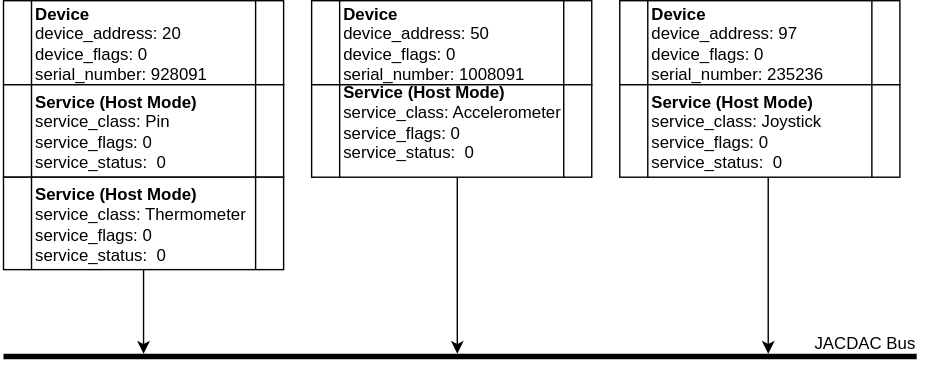
Earlier version of the draw.io export images/host.svg (sabas1080/jacdac). Source tidied: cells renumbered, new cells last; positions are measured from the earlier drawing's top-left corner, leaving out a move shared by most shapes.
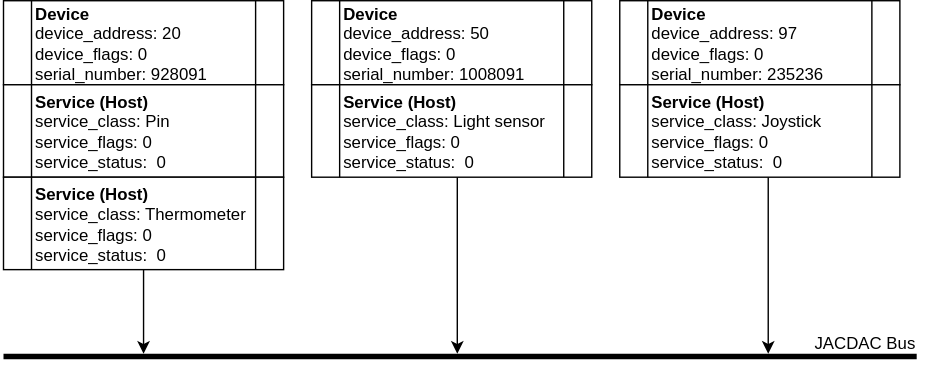
The same diagram one commit later.

Change to the diagram source:
```diff
@@ -16,7 +16,7 @@
     <mxCell id="5" value="&lt;span&gt;&lt;b&gt;Device&lt;/b&gt;&lt;br&gt;device_address: 20&lt;br&gt;&lt;/span&gt;device_flags: 0&lt;br&gt;&lt;span&gt;serial_number: 928091&lt;/span&gt;&lt;br&gt;" style="shape=process;whiteSpace=wrap;html=1;backgroundOutline=1;align=left;" parent="4" vertex="1">
       <mxGeometry width="200" height="60" as="geometry" />
     </mxCell>
-    <mxCell id="6" value="&lt;span&gt;&lt;b&gt;Service (Host Mode)&lt;/b&gt;&lt;br&gt;service_class: Pin&lt;/span&gt;&lt;br&gt;&lt;div style=&quot;text-align: justify&quot;&gt;&lt;span&gt;service_flags: 0&lt;/span&gt;&lt;/div&gt;&lt;div style=&quot;text-align: left&quot;&gt;&lt;span&gt;service_status:&amp;nbsp; 0&lt;/span&gt;&lt;/div&gt;" style="shape=process;whiteSpace=wrap;html=1;backgroundOutline=1;align=left;" parent="4" vertex="1">
+    <mxCell id="6" value="&lt;span&gt;&lt;b&gt;Service (Host)&lt;/b&gt;&lt;br&gt;service_class: Pin&lt;/span&gt;&lt;br&gt;&lt;div style=&quot;text-align: justify&quot;&gt;&lt;span&gt;service_flags: 0&lt;/span&gt;&lt;/div&gt;&lt;div style=&quot;text-align: left&quot;&gt;&lt;span&gt;service_status:&amp;nbsp; 0&lt;/span&gt;&lt;/div&gt;" style="shape=process;whiteSpace=wrap;html=1;backgroundOutline=1;align=left;" parent="4" vertex="1">
       <mxGeometry y="60" width="200" height="66" as="geometry" />
     </mxCell>
     <mxCell id="7" style="endArrow=classic;html=1;exitX=0.5;exitY=1;exitDx=0;exitDy=0;" parent="1" edge="1" target="2">
@@ -38,7 +38,7 @@
     <mxCell id="11" value="&lt;span&gt;&lt;b&gt;Device&lt;/b&gt;&lt;br&gt;device_address: 50&lt;br&gt;&lt;/span&gt;device_flags: 0&lt;br&gt;&lt;span&gt;serial_number: 1008091&lt;/span&gt;&lt;br&gt;" style="shape=process;whiteSpace=wrap;html=1;backgroundOutline=1;align=left;" parent="10" vertex="1">
       <mxGeometry width="200" height="60" as="geometry" />
     </mxCell>
-    <mxCell id="12" value="&lt;span&gt;&lt;b&gt;Service (Host Mode)&lt;/b&gt;&lt;br&gt;service_class: Accelerometer&lt;/span&gt;&lt;br&gt;&lt;div style=&quot;text-align: justify&quot;&gt;&lt;span&gt;service_flags: 0&lt;/span&gt;&lt;/div&gt;&lt;div style=&quot;text-align: left&quot;&gt;&lt;span&gt;service_status:&amp;nbsp; 0&lt;/span&gt;&lt;/div&gt;" style="shape=process;whiteSpace=wrap;html=1;backgroundOutline=1;align=left;" parent="10" vertex="1">
+    <mxCell id="12" value="&lt;span&gt;&lt;b&gt;Service (Host)&lt;/b&gt;&lt;br&gt;service_class: Light sensor&lt;/span&gt;&lt;br&gt;&lt;div style=&quot;text-align: justify&quot;&gt;&lt;span&gt;service_flags: 0&lt;/span&gt;&lt;/div&gt;&lt;div style=&quot;text-align: left&quot;&gt;&lt;span&gt;service_status:&amp;nbsp; 0&lt;/span&gt;&lt;/div&gt;" style="shape=process;whiteSpace=wrap;html=1;backgroundOutline=1;align=left;" parent="10" vertex="1">
       <mxGeometry y="60" width="200" height="66" as="geometry" />
     </mxCell>
     <mxCell id="13" style="group;" parent="1" vertex="1">
@@ -47,10 +47,10 @@
     <mxCell id="14" value="&lt;span&gt;&lt;b&gt;Device&lt;/b&gt;&lt;br&gt;device_address: 97&lt;br&gt;&lt;/span&gt;device_flags: 0&lt;br&gt;&lt;span&gt;serial_number: 235236&lt;/span&gt;&lt;br&gt;" style="shape=process;whiteSpace=wrap;html=1;backgroundOutline=1;align=left;" parent="13" vertex="1">
       <mxGeometry width="200" height="60" as="geometry" />
     </mxCell>
-    <mxCell id="15" value="&lt;span&gt;&lt;b&gt;Service (Host Mode)&lt;/b&gt;&lt;br&gt;service_class: Joystick&lt;/span&gt;&lt;br&gt;&lt;div style=&quot;text-align: justify&quot;&gt;&lt;span&gt;service_flags: 0&lt;/span&gt;&lt;/div&gt;&lt;div style=&quot;text-align: left&quot;&gt;&lt;span&gt;service_status:&amp;nbsp; 0&lt;/span&gt;&lt;/div&gt;" style="shape=process;whiteSpace=wrap;html=1;backgroundOutline=1;align=left;" parent="13" vertex="1">
+    <mxCell id="15" value="&lt;span&gt;&lt;b&gt;Service (Host)&lt;/b&gt;&lt;br&gt;service_class: Joystick&lt;/span&gt;&lt;br&gt;&lt;div style=&quot;text-align: justify&quot;&gt;&lt;span&gt;service_flags: 0&lt;/span&gt;&lt;/div&gt;&lt;div style=&quot;text-align: left&quot;&gt;&lt;span&gt;service_status:&amp;nbsp; 0&lt;/span&gt;&lt;/div&gt;" style="shape=process;whiteSpace=wrap;html=1;backgroundOutline=1;align=left;" parent="13" vertex="1">
       <mxGeometry y="60" width="200" height="66" as="geometry" />
     </mxCell>
-    <mxCell id="16" value="&lt;span&gt;&lt;b&gt;Service (Host Mode)&lt;/b&gt;&lt;br&gt;service_class: Thermometer&lt;/span&gt;&lt;br&gt;&lt;div style=&quot;text-align: justify&quot;&gt;&lt;span&gt;service_flags: 0&lt;/span&gt;&lt;/div&gt;&lt;div style=&quot;text-align: left&quot;&gt;&lt;span&gt;service_status:&amp;nbsp; 0&lt;/span&gt;&lt;/div&gt;" style="shape=process;whiteSpace=wrap;html=1;backgroundOutline=1;align=left;" parent="1" vertex="1">
+    <mxCell id="16" value="&lt;span&gt;&lt;b&gt;Service (Host)&lt;/b&gt;&lt;br&gt;service_class: Thermometer&lt;/span&gt;&lt;br&gt;&lt;div style=&quot;text-align: justify&quot;&gt;&lt;span&gt;service_flags: 0&lt;/span&gt;&lt;/div&gt;&lt;div style=&quot;text-align: left&quot;&gt;&lt;span&gt;service_status:&amp;nbsp; 0&lt;/span&gt;&lt;/div&gt;" style="shape=process;whiteSpace=wrap;html=1;backgroundOutline=1;align=left;" parent="1" vertex="1">
       <mxGeometry y="126" width="200" height="66" as="geometry" />
     </mxCell>
   </root>
```
